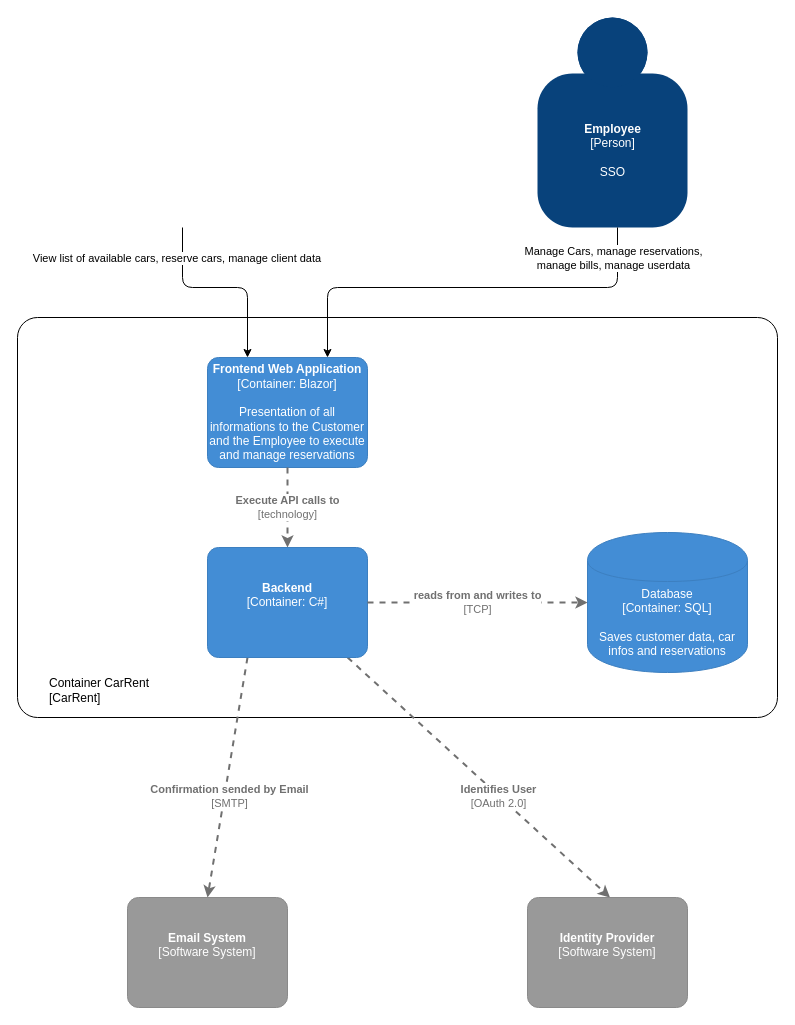
This is docs/Container.drawio from EricLue/CarRentSystem, a draw.io file, before an edit. Source tidied: cells renumbered, new cells numbered last; positions are measured from the earlier drawing's top-left corner, leaving out a move shared by most shapes. Both pictures are drawn from the tidied source at 100%, with x=0, y=0 at pixel (17, 17).
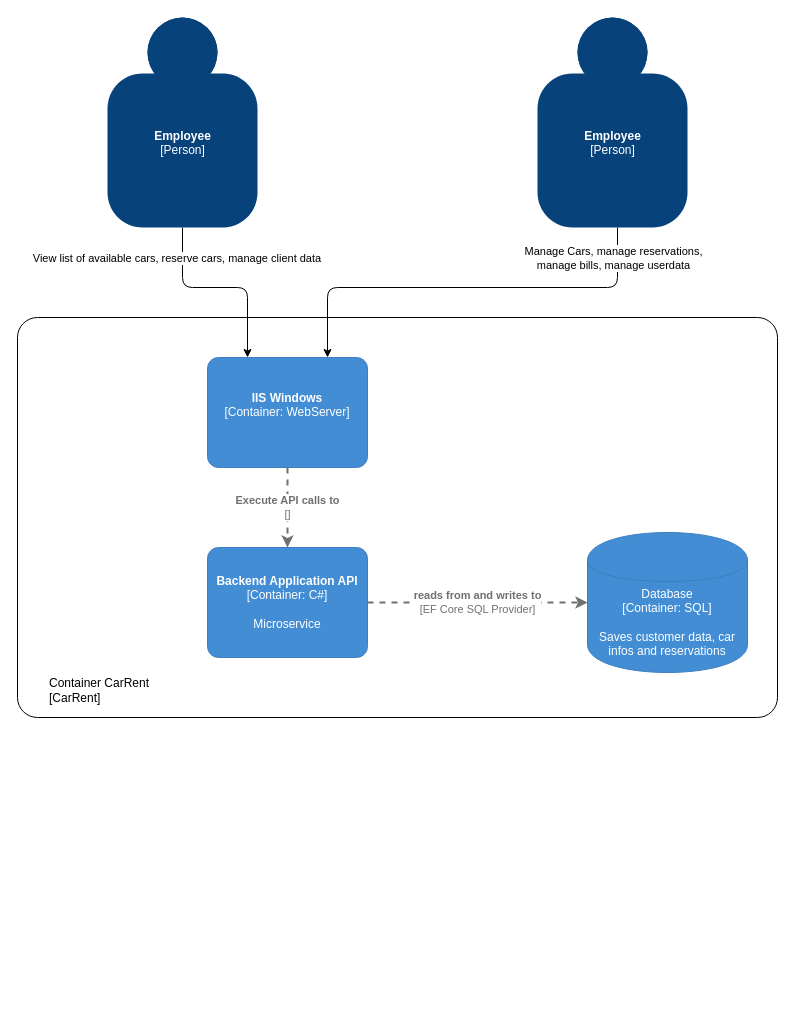
The same diagram, later.

Unchanged cells that the change refers to:
```xml
<object id="16" label="%c4Type%&lt;div&gt;[Container:&amp;nbsp;%c4Technology%]&lt;/div&gt;&lt;br&gt;&lt;div&gt;%c4Description%&lt;/div&gt;" c4Description="Saves customer data, car infos and reservations" c4Technology="SQL" c4Type="Database" placeholders="1">
  <mxCell style="shape=cylinder;whiteSpace=wrap;html=1;boundedLbl=1;rounded=0;labelBackgroundColor=none;fillColor=#438DD5;fontSize=12;fontColor=#ffffff;align=center;strokeColor=#3C7FC0;points=[[0.5,0,0],[1,0.25,0],[1,0.5,0],[1,0.75,0],[0.5,1,0],[0,0.75,0],[0,0.5,0],[0,0.25,0]];metaData={&quot;c4Type&quot;:{&quot;editable&quot;:false}};" parent="1" vertex="1">
    <mxGeometry x="570" y="515" width="160" height="140" as="geometry" />
  </mxCell>
</object>
```

Change to the diagram source:
```diff
@@
-    <object id="3" label="&lt;b&gt;%c4Name%&lt;/b&gt;&lt;div&gt;[%c4Type%]&lt;/div&gt;&lt;br&gt;&lt;div&gt;%c4Description%&lt;/div&gt;" c4Description="SSO" c4Name="Employee" c4Type="Person" placeholders="1">
+    <object id="3" label="&lt;b&gt;%c4Name%&lt;/b&gt;&lt;div&gt;[%c4Type%]&lt;/div&gt;&lt;br&gt;&lt;div&gt;%c4Description%&lt;/div&gt;" c4Description="" c4Name="Employee" c4Type="Person" placeholders="1">
       <mxCell style="html=1;dashed=0;whitespace=wrap;fillColor=#08427b;strokeColor=none;fontColor=#ffffff;shape=mxgraph.c4.person;align=center;metaData={&quot;c4Type&quot;:{&quot;editable&quot;:false}};" parent="1" vertex="1">
         <mxGeometry x="520" width="150" height="210" as="geometry" />
       </mxCell>
     </object>
-    <object id="4" label="&lt;div style=&quot;text-align: left&quot;&gt;&lt;div style=&quot;text-align: center&quot;&gt;&lt;b&gt;%c4Description%&lt;/b&gt;&lt;/div&gt;&lt;div style=&quot;text-align: center&quot;&gt;[%c4Technology%]&lt;/div&gt;&lt;/div&gt;" c4Description="Identifies User" c4Technology="OAuth 2.0" placeholders="1">
-      <mxCell style="edgeStyle=none;rounded=0;html=1;jettySize=auto;strokeColor=#707070;strokeWidth=2;fontColor=#707070;jumpStyle=none;dashed=1;metaData={&quot;c4Type&quot;:{&quot;editable&quot;:false}};" parent="1" edge="1" source="14">
-        <mxGeometry x="0.16" y="-1" relative="1" as="geometry">
-          <mxPoint x="592.5" y="880" as="targetPoint" />
-          <mxPoint y="-1" as="offset" />
-        </mxGeometry>
-      </mxCell>
-    </object>
-    <object id="5" label="&lt;div style=&quot;text-align: left&quot;&gt;&lt;div style=&quot;text-align: center&quot;&gt;&lt;b&gt;%c4Description%&lt;/b&gt;&lt;/div&gt;&lt;div style=&quot;text-align: center&quot;&gt;[%c4Technology%]&lt;/div&gt;&lt;/div&gt;" c4Description="Confirmation sended by Email" c4Technology="SMTP" placeholders="1">
-      <mxCell style="edgeStyle=none;rounded=0;html=1;jettySize=auto;strokeColor=#707070;strokeWidth=2;fontColor=#707070;jumpStyle=none;dashed=1;metaData={&quot;c4Type&quot;:{&quot;editable&quot;:false}};exitX=0.25;exitY=1;exitDx=0;exitDy=0;exitPerimeter=0;" parent="1" edge="1" source="14">
-        <mxGeometry x="0.15" y="5" relative="1" as="geometry">
-          <mxPoint x="190" y="880" as="targetPoint" />
-        </mxGeometry>
-      </mxCell>
-    </object>
-    <object id="6" label="&lt;b&gt;%c4Name%&lt;/b&gt;&lt;div&gt;[%c4Type%]&lt;/div&gt;&lt;br&gt;&lt;div&gt;%c4Description%&lt;/div&gt;" c4Description="" c4Name="Email System" c4Type="Software System" placeholders="1">
-      <mxCell style="rounded=1;whiteSpace=wrap;html=1;labelBackgroundColor=none;fillColor=#999999;fontColor=#ffffff;align=center;arcSize=10;strokeColor=#8A8A8A;metaData={&quot;c4Type&quot;:{&quot;editable&quot;:false}};" parent="1" vertex="1">
-        <mxGeometry x="110" y="880" width="160" height="110" as="geometry" />
-      </mxCell>
-    </object>
-    <object id="7" label="&lt;b&gt;%c4Name%&lt;/b&gt;&lt;div&gt;[%c4Type%]&lt;/div&gt;&lt;br&gt;&lt;div&gt;%c4Description%&lt;/div&gt;" c4Description="" c4Name="Identity Provider" c4Type="Software System" placeholders="1">
-      <mxCell style="rounded=1;whiteSpace=wrap;html=1;labelBackgroundColor=none;fillColor=#999999;fontColor=#ffffff;align=center;arcSize=10;strokeColor=#8A8A8A;metaData={&quot;c4Type&quot;:{&quot;editable&quot;:false}};" parent="1" vertex="1">
-        <mxGeometry x="510" y="880" width="160" height="110" as="geometry" />
-      </mxCell>
-    </object>
@@
-    <object id="12" label="&lt;b&gt;%c4Name%&lt;/b&gt;&lt;div&gt;[%c4Type%: %c4Technology%]&lt;/div&gt;&lt;br&gt;&lt;div&gt;%c4Description%&lt;/div&gt;" c4Description="Presentation of all informations to the Customer and the Employee to execute and manage reservations" c4Name="Frontend Web Application" c4Technology="Blazor" c4Type="Container" placeholders="1">
+    <object id="12" label="&lt;b&gt;%c4Name%&lt;/b&gt;&lt;div&gt;[%c4Type%: %c4Technology%]&lt;/div&gt;&lt;br&gt;&lt;div&gt;%c4Description%&lt;/div&gt;" c4Description="" c4Name="IIS Windows" c4Technology="WebServer" c4Type="Container" placeholders="1">
       <mxCell style="rounded=1;whiteSpace=wrap;html=1;labelBackgroundColor=none;fillColor=#438DD5;fontColor=#ffffff;align=center;arcSize=10;strokeColor=#3C7FC0;metaData={&quot;c4Type&quot;:{&quot;editable&quot;:false}};points=[[0.25,0,0],[0.5,0,0],[0.75,0,0],[1,0.25,0],[1,0.5,0],[1,0.75,0],[0.75,1,0],[0.5,1,0],[0.25,1,0],[0,0.75,0],[0,0.5,0],[0,0.25,0]];" parent="1" vertex="1">
         <mxGeometry x="190" y="340" width="160" height="110" as="geometry" />
       </mxCell>
     </object>
-    <object id="13" label="&lt;div style=&quot;text-align: left&quot;&gt;&lt;div style=&quot;text-align: center&quot;&gt;&lt;b&gt;%c4Description%&lt;/b&gt;&lt;/div&gt;&lt;div style=&quot;text-align: center&quot;&gt;[%c4Technology%]&lt;/div&gt;&lt;/div&gt;" c4Description="Execute API calls to" c4Technology="technology" placeholders="1">
+    <object id="13" label="&lt;div style=&quot;text-align: left&quot;&gt;&lt;div style=&quot;text-align: center&quot;&gt;&lt;b&gt;%c4Description%&lt;/b&gt;&lt;/div&gt;&lt;div style=&quot;text-align: center&quot;&gt;[%c4Technology%]&lt;/div&gt;&lt;/div&gt;" c4Description="Execute API calls to" c4Technology="" placeholders="1">
       <mxCell style="edgeStyle=none;rounded=0;html=1;jettySize=auto;strokeColor=#707070;strokeWidth=2;fontColor=#707070;jumpStyle=none;dashed=1;metaData={&quot;c4Type&quot;:{&quot;editable&quot;:false}};exitX=0.5;exitY=1;exitDx=0;exitDy=0;exitPerimeter=0;" parent="1" edge="1" source="12" target="14">
         <mxGeometry relative="1" as="geometry" />
       </mxCell>
     </object>
-    <object id="14" label="&lt;b&gt;%c4Name%&lt;/b&gt;&lt;div&gt;[%c4Type%: %c4Technology%]&lt;/div&gt;&lt;br&gt;&lt;div&gt;%c4Description%&lt;/div&gt;" c4Description="" c4Name="Backend" c4Technology="C#" c4Type="Container" placeholders="1">
+    <object id="14" label="&lt;b&gt;%c4Name%&lt;/b&gt;&lt;div&gt;[%c4Type%: %c4Technology%]&lt;/div&gt;&lt;br&gt;&lt;div&gt;%c4Description%&lt;/div&gt;" c4Description="Microservice" c4Name="Backend Application API" c4Technology="C#" c4Type="Container" placeholders="1">
       <mxCell style="rounded=1;whiteSpace=wrap;html=1;labelBackgroundColor=none;fillColor=#438DD5;fontColor=#ffffff;align=center;arcSize=10;strokeColor=#3C7FC0;metaData={&quot;c4Type&quot;:{&quot;editable&quot;:false}};points=[[0.25,0,0],[0.5,0,0],[0.75,0,0],[1,0.25,0],[1,0.5,0],[1,0.75,0],[0.75,1,0],[0.5,1,0],[0.25,1,0],[0,0.75,0],[0,0.5,0],[0,0.25,0]];" parent="1" vertex="1">
         <mxGeometry x="190" y="530" width="160" height="110" as="geometry" />
       </mxCell>
     </object>
@@
-    <object id="17" label="&lt;div style=&quot;text-align: left&quot;&gt;&lt;div style=&quot;text-align: center&quot;&gt;&lt;b&gt;%c4Description%&lt;/b&gt;&lt;/div&gt;&lt;div style=&quot;text-align: center&quot;&gt;[%c4Technology%]&lt;/div&gt;&lt;/div&gt;" c4Description="reads from and writes to" c4Technology="TCP" placeholders="1">
+    <object id="17" label="&lt;div style=&quot;text-align: left&quot;&gt;&lt;div style=&quot;text-align: center&quot;&gt;&lt;b&gt;%c4Description%&lt;/b&gt;&lt;/div&gt;&lt;div style=&quot;text-align: center&quot;&gt;[%c4Technology%]&lt;/div&gt;&lt;/div&gt;" c4Description="reads from and writes to" c4Technology="EF Core SQL Provider" placeholders="1">
       <mxCell style="edgeStyle=none;rounded=0;html=1;jettySize=auto;strokeColor=#707070;strokeWidth=2;fontColor=#707070;jumpStyle=none;dashed=1;metaData={&quot;c4Type&quot;:{&quot;editable&quot;:false}};entryX=0;entryY=0.5;entryDx=0;entryDy=0;entryPerimeter=0;" parent="1" edge="1" source="14" target="16">
         <mxGeometry relative="1" as="geometry" />
       </mxCell>
     </object>
+    <object id="18" label="&lt;b&gt;%c4Name%&lt;/b&gt;&lt;div&gt;[%c4Type%]&lt;/div&gt;&lt;br&gt;&lt;div&gt;%c4Description%&lt;/div&gt;" c4Description="" c4Name="Employee" c4Type="Person" placeholders="1">
+      <mxCell style="html=1;dashed=0;whitespace=wrap;fillColor=#08427b;strokeColor=none;fontColor=#ffffff;shape=mxgraph.c4.person;align=center;metaData={&quot;c4Type&quot;:{&quot;editable&quot;:false}};" parent="1" vertex="1">
+        <mxGeometry x="90" width="150" height="210" as="geometry" />
+      </mxCell>
+    </object>
```
